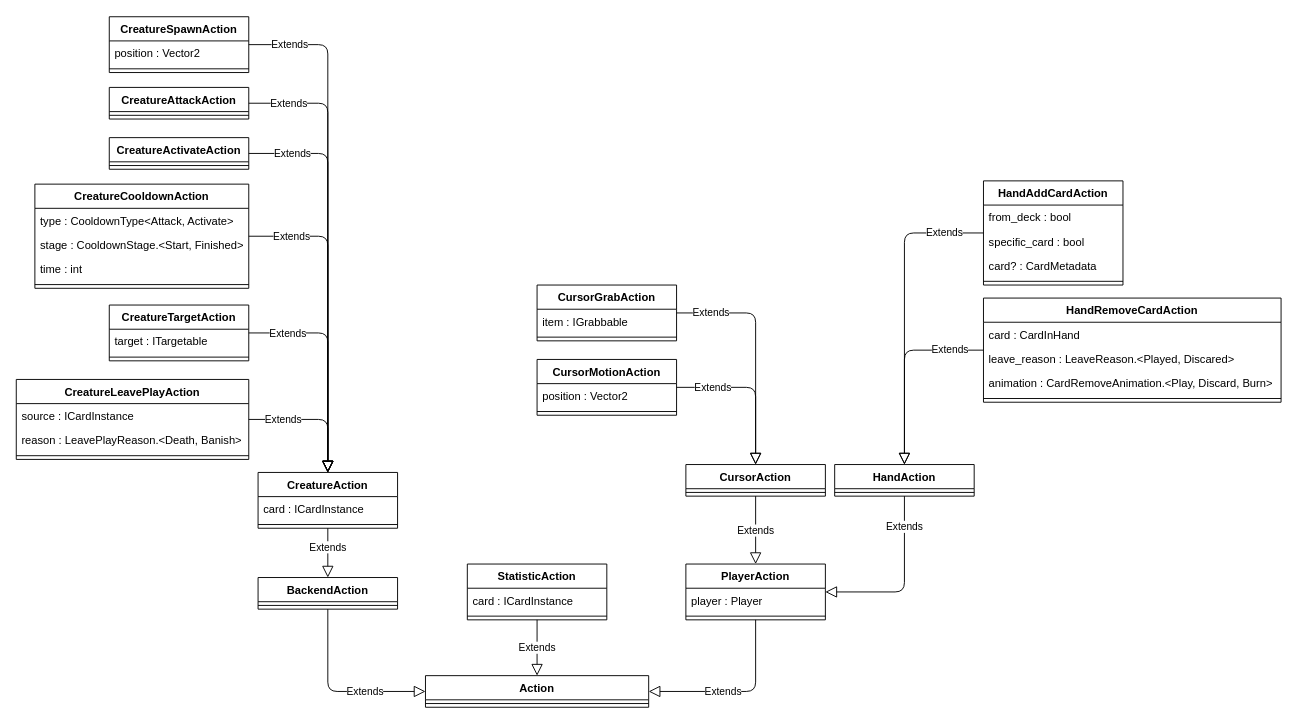
Above: page "ActionClassDiagram" (3 of 3) of uml/authoritative-actions.dio in NobleMetalLabs/the-genesis-gambit (draw.io), before the change. Source tidied: cells renumbered, new cells numbered last; positions are measured from the earlier drawing's top-left corner, leaving out a move shared by most shapes. Both pictures are drawn from the tidied source at 93%, with x=0, y=0 at pixel (16, 17).
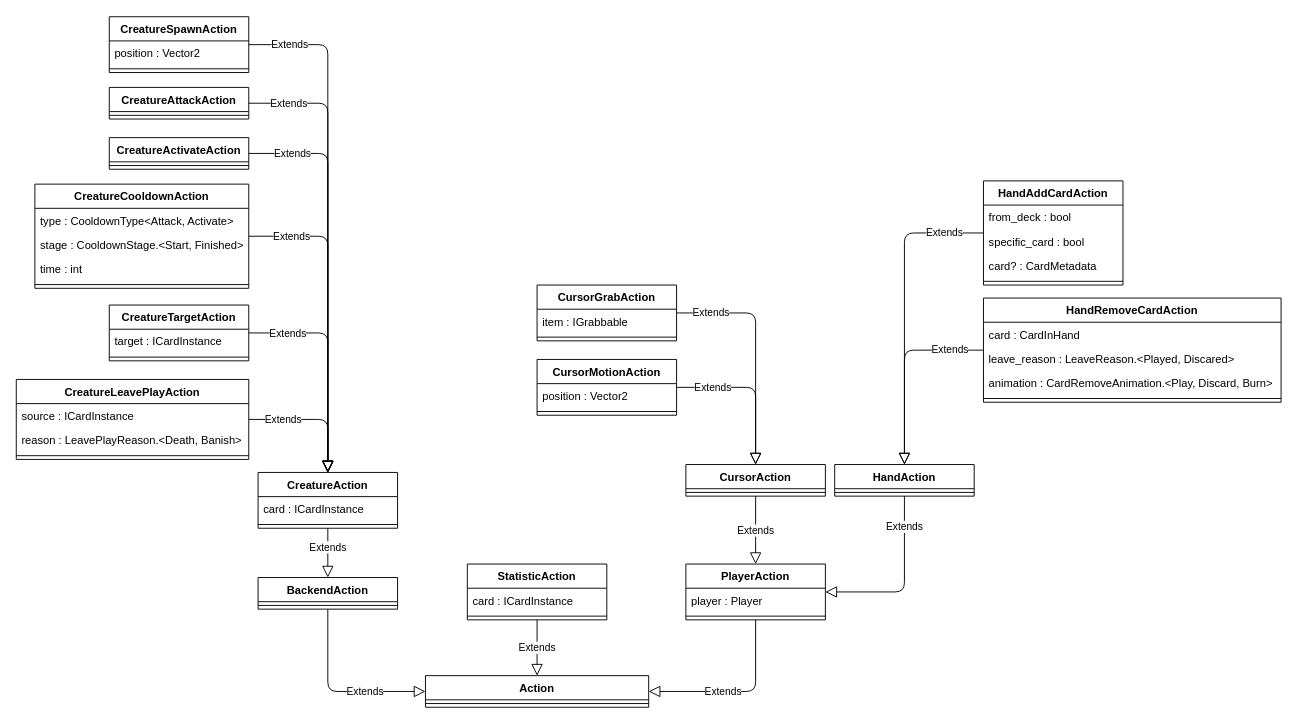
The same page after the edit.

Unchanged cells that the change refers to:
```xml
<mxCell id="48" value="CreatureTargetAction" style="swimlane;fontStyle=1;align=center;verticalAlign=top;horizontal=1;startSize=26;" parent="1" vertex="1">
  <mxGeometry x="100" y="309.5" width="150" height="60" as="geometry" />
</mxCell>
```

What changed in the source:
```diff
@@
-    <mxCell id="49" value="target : ITargetable" style="text;strokeColor=none;fillColor=none;align=left;verticalAlign=top;spacingLeft=4;spacingRight=4;overflow=hidden;" parent="48" vertex="1">
+    <mxCell id="49" value="target : ICardInstance" style="text;strokeColor=none;fillColor=none;align=left;verticalAlign=top;spacingLeft=4;spacingRight=4;overflow=hidden;" parent="48" vertex="1">
       <mxGeometry y="26" width="150" height="26" as="geometry" />
     </mxCell>
```
